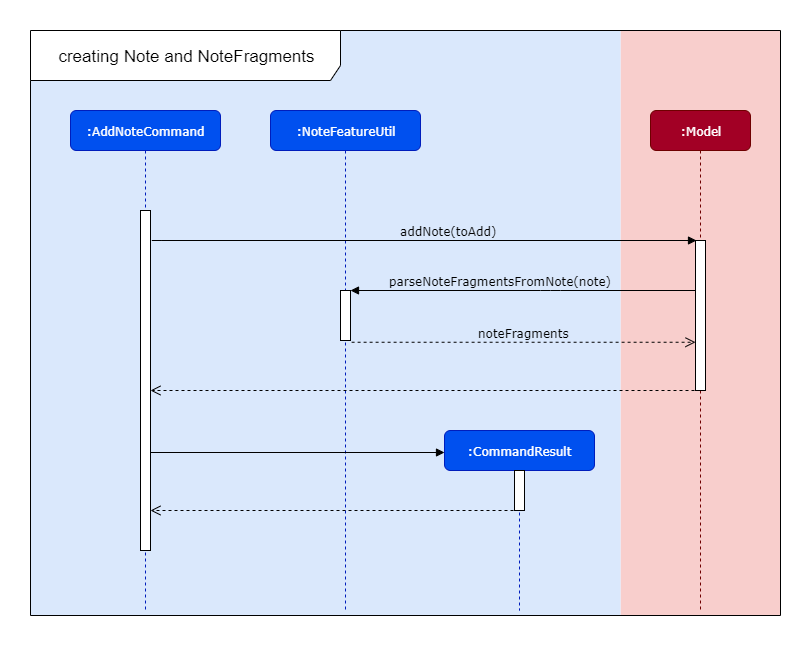
The draw.io diagram images/samDiagrams/AddNoteSequenceDiagramZoomedIn.png in AY1920S1-CS2103T-W13-3/StudyBuddyPro, before a commit. Source tidied: cells renumbered, new cells last; positions are measured from the earlier drawing's top-left corner, leaving out a move shared by most shapes.
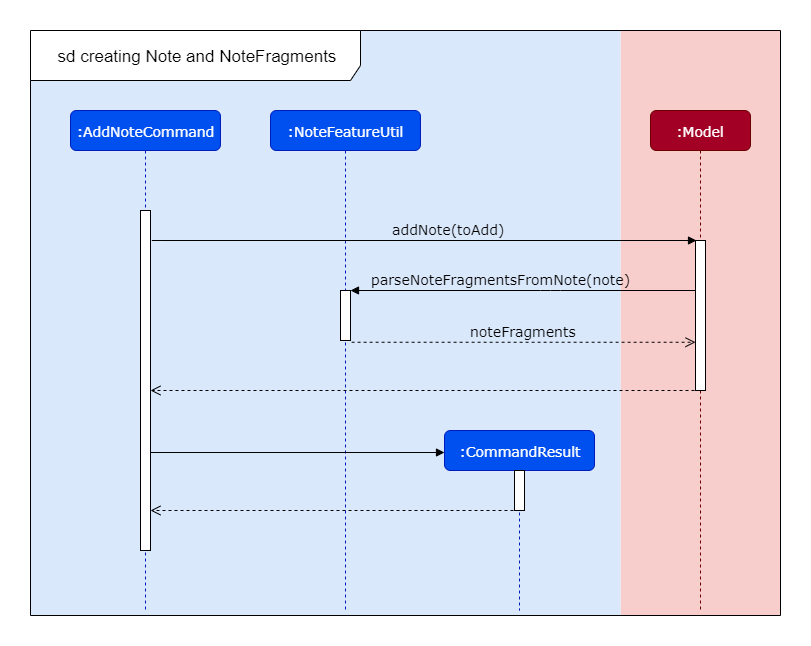
Later version of the same file.

The edit, as a diff of the source:
```diff
@@ -8,22 +8,22 @@
     <mxCell id="3" style="rounded=0;whiteSpace=wrap;html=1;fillColor=#dae8fc;strokeColor=none;" parent="1" vertex="1">
       <mxGeometry width="590" height="585" as="geometry" />
     </mxCell>
-    <mxCell id="4" value="&lt;font style=&quot;font-size: 17px&quot;&gt;creating Note and NoteFragments&lt;/font&gt;" style="shape=umlFrame;whiteSpace=wrap;html=1;width=310;height=50;" parent="1" vertex="1">
+    <mxCell id="4" value="&lt;font style=&quot;font-size: 17px&quot;&gt;sd creating Note and NoteFragments&lt;/font&gt;" style="shape=umlFrame;whiteSpace=wrap;html=1;width=330;height=50;" parent="1" vertex="1">
       <mxGeometry width="750" height="585" as="geometry" />
     </mxCell>
-    <mxCell id="5" value=":NoteFeatureUtil" style="shape=umlLifeline;perimeter=lifelinePerimeter;whiteSpace=wrap;html=1;rounded=1;shadow=0;comic=0;labelBackgroundColor=none;strokeWidth=1;fontFamily=Verdana;fontSize=12;align=center;fillColor=#0050ef;strokeColor=#001DBC;fontColor=#ffffff;" parent="1" vertex="1">
+    <mxCell id="5" value="&lt;font style=&quot;font-size: 14px&quot;&gt;:NoteFeatureUtil&lt;/font&gt;" style="shape=umlLifeline;perimeter=lifelinePerimeter;whiteSpace=wrap;html=1;rounded=1;shadow=0;comic=0;labelBackgroundColor=none;strokeWidth=1;fontFamily=Verdana;fontSize=12;align=center;fillColor=#0050ef;strokeColor=#001DBC;fontColor=#ffffff;" parent="1" vertex="1">
       <mxGeometry x="240" y="80" width="150" height="500" as="geometry" />
     </mxCell>
     <mxCell id="6" style="html=1;points=[];perimeter=orthogonalPerimeter;rounded=0;shadow=0;comic=0;labelBackgroundColor=none;strokeWidth=1;fontFamily=Verdana;fontSize=12;align=center;" parent="5" vertex="1">
       <mxGeometry x="70" y="180" width="10" height="50" as="geometry" />
     </mxCell>
-    <mxCell id="7" value=":CommandResult" style="shape=umlLifeline;perimeter=lifelinePerimeter;whiteSpace=wrap;html=1;rounded=1;shadow=0;comic=0;labelBackgroundColor=none;strokeWidth=1;fontFamily=Verdana;fontSize=12;align=center;fillColor=#0050ef;strokeColor=#001DBC;fontColor=#ffffff;" parent="1" vertex="1">
+    <mxCell id="7" value="&lt;font style=&quot;font-size: 14px&quot;&gt;:CommandResult&lt;/font&gt;" style="shape=umlLifeline;perimeter=lifelinePerimeter;whiteSpace=wrap;html=1;rounded=1;shadow=0;comic=0;labelBackgroundColor=none;strokeWidth=1;fontFamily=Verdana;fontSize=12;align=center;fillColor=#0050ef;strokeColor=#001DBC;fontColor=#ffffff;" parent="1" vertex="1">
       <mxGeometry x="414" y="400" width="150" height="180" as="geometry" />
     </mxCell>
     <mxCell id="8" style="html=1;points=[];perimeter=orthogonalPerimeter;" parent="7" vertex="1">
       <mxGeometry x="70" y="40" width="10" height="40" as="geometry" />
     </mxCell>
-    <mxCell id="9" value=":AddNoteCommand" style="shape=umlLifeline;perimeter=lifelinePerimeter;whiteSpace=wrap;html=1;rounded=1;shadow=0;comic=0;labelBackgroundColor=none;strokeWidth=1;fontFamily=Verdana;fontSize=12;align=center;fillColor=#0050ef;strokeColor=#001DBC;fontColor=#ffffff;" parent="1" vertex="1">
+    <mxCell id="9" value="&lt;font style=&quot;font-size: 14px&quot;&gt;:AddNoteCommand&lt;/font&gt;" style="shape=umlLifeline;perimeter=lifelinePerimeter;whiteSpace=wrap;html=1;rounded=1;shadow=0;comic=0;labelBackgroundColor=none;strokeWidth=1;fontFamily=Verdana;fontSize=12;align=center;fillColor=#0050ef;strokeColor=#001DBC;fontColor=#ffffff;" parent="1" vertex="1">
       <mxGeometry x="40" y="80" width="150" height="500" as="geometry" />
     </mxCell>
     <mxCell id="10" style="html=1;points=[];perimeter=orthogonalPerimeter;rounded=0;shadow=0;comic=0;labelBackgroundColor=none;strokeWidth=1;fontFamily=Verdana;fontSize=12;align=center;" parent="9" vertex="1">
@@ -38,12 +38,12 @@
     <mxCell id="12" style="html=1;verticalAlign=bottom;endArrow=open;dashed=1;endSize=8;labelBackgroundColor=none;fontFamily=Verdana;fontSize=12;edgeStyle=elbowEdgeStyle;elbow=vertical;exitX=-0.111;exitY=1.006;exitDx=0;exitDy=0;exitPerimeter=0;" parent="1" edge="1" source="8" target="10">
       <mxGeometry relative="1" as="geometry" />
     </mxCell>
-    <mxCell id="13" value="addNote(toAdd)" style="html=1;verticalAlign=bottom;endArrow=block;labelBackgroundColor=none;fontFamily=Verdana;fontSize=12;edgeStyle=elbowEdgeStyle;elbow=vertical;exitX=1.067;exitY=0.073;exitDx=0;exitDy=0;exitPerimeter=0;entryX=0.145;entryY=0.002;entryDx=0;entryDy=0;entryPerimeter=0;" parent="1" edge="1" target="16">
+    <mxCell id="13" value="&lt;font style=&quot;font-size: 14px&quot;&gt;addNote(toAdd)&lt;/font&gt;" style="html=1;verticalAlign=bottom;endArrow=block;labelBackgroundColor=none;fontFamily=Verdana;fontSize=12;edgeStyle=elbowEdgeStyle;elbow=vertical;exitX=1.067;exitY=0.073;exitDx=0;exitDy=0;exitPerimeter=0;entryX=0.145;entryY=0.002;entryDx=0;entryDy=0;entryPerimeter=0;" parent="1" edge="1" target="16">
       <mxGeometry x="0.09" relative="1" as="geometry">
         <mxPoint x="121.4" y="210.3" as="sourcePoint" />
       </mxGeometry>
     </mxCell>
-    <mxCell id="14" value="parseNoteFragmentsFromNote(note)" style="html=1;verticalAlign=bottom;endArrow=block;labelBackgroundColor=none;fontFamily=Verdana;fontSize=12;edgeStyle=elbowEdgeStyle;elbow=vertical;" parent="1" edge="1" source="16" target="6">
+    <mxCell id="14" value="&lt;font style=&quot;font-size: 14px&quot;&gt;parseNoteFragmentsFromNote(note)&lt;/font&gt;" style="html=1;verticalAlign=bottom;endArrow=block;labelBackgroundColor=none;fontFamily=Verdana;fontSize=12;edgeStyle=elbowEdgeStyle;elbow=vertical;" parent="1" edge="1" source="16" target="6">
       <mxGeometry x="0.13" relative="1" as="geometry">
         <Array as="points">
           <mxPoint x="520" y="260" />
@@ -51,13 +51,13 @@
         </Array>
       </mxGeometry>
     </mxCell>
-    <mxCell id="15" value=":Model" style="shape=umlLifeline;perimeter=lifelinePerimeter;whiteSpace=wrap;html=1;rounded=1;shadow=0;comic=0;labelBackgroundColor=none;strokeWidth=1;fontFamily=Verdana;fontSize=12;align=center;fillColor=#a20025;strokeColor=#6F0000;fontColor=#ffffff;" parent="1" vertex="1">
+    <mxCell id="15" value="&lt;font style=&quot;font-size: 14px&quot;&gt;:Model&lt;/font&gt;" style="shape=umlLifeline;perimeter=lifelinePerimeter;whiteSpace=wrap;html=1;rounded=1;shadow=0;comic=0;labelBackgroundColor=none;strokeWidth=1;fontFamily=Verdana;fontSize=12;align=center;fillColor=#a20025;strokeColor=#6F0000;fontColor=#ffffff;" parent="1" vertex="1">
       <mxGeometry x="620" y="80" width="100" height="500" as="geometry" />
     </mxCell>
     <mxCell id="16" style="html=1;points=[];perimeter=orthogonalPerimeter;rounded=0;shadow=0;comic=0;labelBackgroundColor=none;strokeWidth=1;fontFamily=Verdana;fontSize=12;align=center;" parent="15" vertex="1">
       <mxGeometry x="45" y="130" width="10" height="150" as="geometry" />
     </mxCell>
-    <mxCell id="17" value="&lt;font face=&quot;Verdana&quot; style=&quot;font-size: 12px&quot;&gt;noteFragments&lt;/font&gt;" style="html=1;verticalAlign=bottom;endArrow=open;dashed=1;endSize=8;exitX=1.11;exitY=1.035;exitDx=0;exitDy=0;exitPerimeter=0;labelBackgroundColor=none;" parent="1" edge="1" source="6" target="16">
+    <mxCell id="17" value="&lt;font face=&quot;Verdana&quot; style=&quot;font-size: 14px&quot;&gt;noteFragments&lt;/font&gt;" style="html=1;verticalAlign=bottom;endArrow=open;dashed=1;endSize=8;exitX=1.11;exitY=1.035;exitDx=0;exitDy=0;exitPerimeter=0;labelBackgroundColor=none;" parent="1" edge="1" source="6" target="16">
       <mxGeometry relative="1" as="geometry" />
     </mxCell>
     <mxCell id="18" style="html=1;verticalAlign=bottom;endArrow=open;dashed=1;endSize=8;exitX=0.5;exitY=1;exitDx=0;exitDy=0;exitPerimeter=0;" parent="1" edge="1" source="16" target="10">
```
